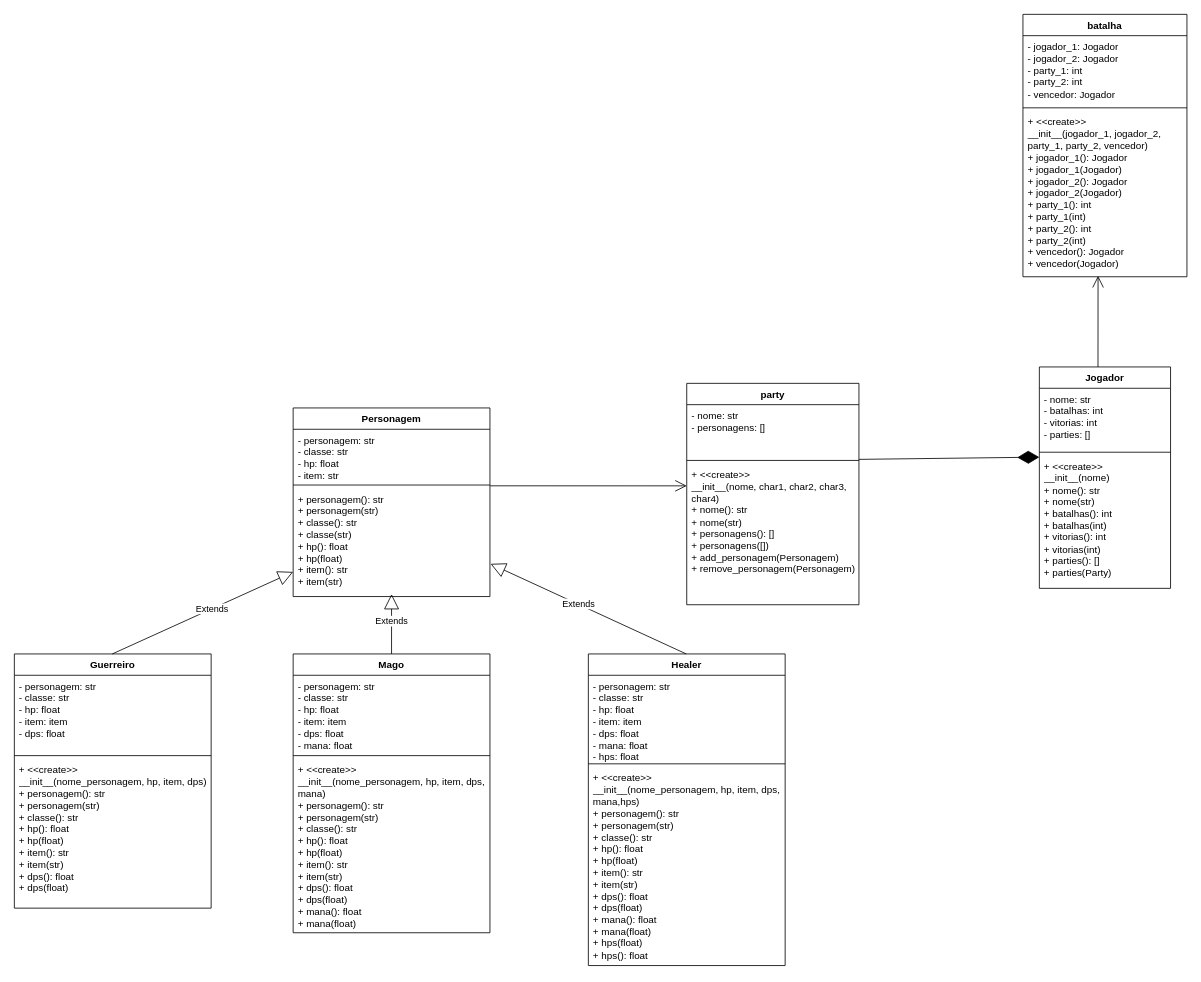
Above: UML_RPG.drawio in Coelho50/DSO_T1 (draw.io), before the change. Source tidied: cells renumbered, new cells numbered last; positions are measured from the earlier drawing's top-left corner, leaving out a move shared by most shapes. Both pictures are drawn from the tidied source at 82%, with x=0, y=0 at pixel (14, 14).
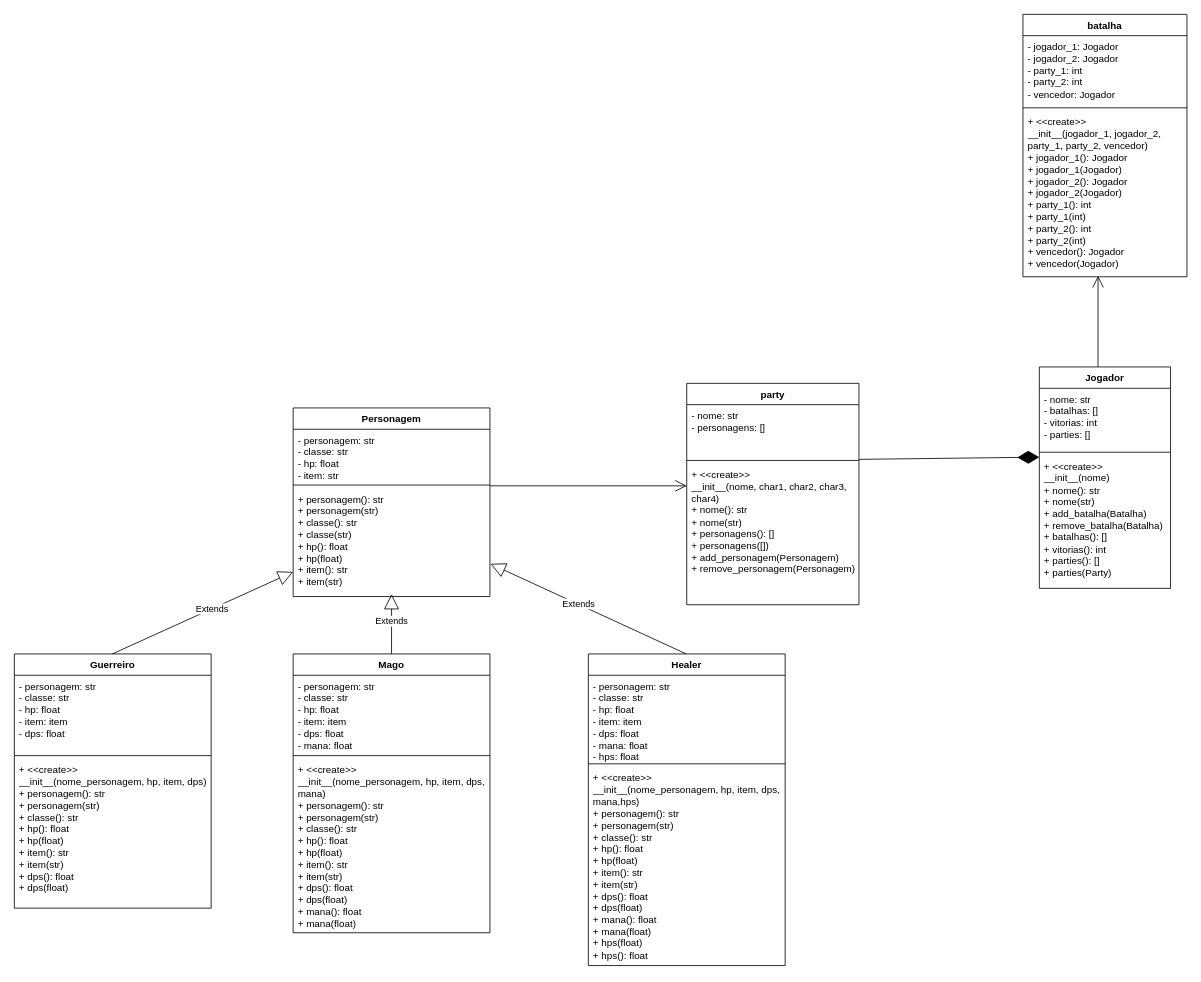
The same page after the edit.

The change refers to these unchanged cells:
```xml
<mxCell id="6" value="Jogador" style="swimlane;fontStyle=1;align=center;verticalAlign=top;horizontal=1;startSize=26;whiteSpace=wrap;html=1;" parent="1" vertex="1">
  <mxGeometry x="1250" y="430" width="160" height="270" as="geometry" />
</mxCell>
```

Change to the diagram source:
```diff
@@
-    <mxCell id="7" value="- nome: str&lt;div&gt;- batalhas: int&lt;/div&gt;&lt;div&gt;- vitorias: int&lt;/div&gt;&lt;div&gt;- parties: []&lt;/div&gt;" style="text;strokeColor=none;fillColor=none;align=left;verticalAlign=top;spacingLeft=4;spacingRight=4;overflow=hidden;whiteSpace=wrap;html=1;" parent="6" vertex="1">
+    <mxCell id="7" value="- nome: str&lt;div&gt;- batalhas: []&lt;/div&gt;&lt;div&gt;- vitorias: int&lt;/div&gt;&lt;div&gt;- parties: []&lt;/div&gt;" style="text;strokeColor=none;fillColor=none;align=left;verticalAlign=top;spacingLeft=4;spacingRight=4;overflow=hidden;whiteSpace=wrap;html=1;" parent="6" vertex="1">
       <mxGeometry y="26" width="160" height="74" as="geometry" />
     </mxCell>
@@
-    <mxCell id="9" value="&lt;div&gt;+ &amp;lt;&amp;lt;create&amp;gt;&amp;gt;&lt;/div&gt;&lt;div&gt;&lt;span style=&quot;background-color: initial;&quot;&gt;__init__(nome)&lt;/span&gt;&lt;/div&gt;&lt;div&gt;+ nome(): str&lt;/div&gt;&lt;div&gt;+ nome(str)&lt;/div&gt;+ batalhas(): int&lt;div&gt;+ batalhas(int)&lt;/div&gt;&lt;div&gt;+ vitorias(): int&lt;br&gt;&lt;/div&gt;&lt;div&gt;+ vitorias(int)&lt;/div&gt;&lt;div&gt;+ parties(): []&lt;/div&gt;&lt;div&gt;+ parties(Party)&lt;/div&gt;&lt;div&gt;&lt;br&gt;&lt;/div&gt;&lt;div&gt;&lt;br&gt;&lt;/div&gt;" style="text;strokeColor=none;fillColor=none;align=left;verticalAlign=top;spacingLeft=4;spacingRight=4;overflow=hidden;whiteSpace=wrap;html=1;" parent="6" vertex="1">
+    <mxCell id="9" value="&lt;div&gt;+ &amp;lt;&amp;lt;create&amp;gt;&amp;gt;&lt;/div&gt;&lt;div&gt;&lt;span style=&quot;background-color: initial;&quot;&gt;__init__(nome)&lt;/span&gt;&lt;/div&gt;&lt;div&gt;+ nome(): str&lt;/div&gt;&lt;div&gt;+ nome(str)&lt;/div&gt;+ add_batalha(Batalha)&lt;div&gt;+ remove_batalha(Batalha)&lt;/div&gt;&lt;div&gt;+ batalhas(): []&lt;/div&gt;&lt;div&gt;+ vitorias(): int&lt;/div&gt;&lt;div&gt;+ parties(): []&lt;/div&gt;&lt;div&gt;+ parties(Party)&lt;/div&gt;&lt;div&gt;&lt;br&gt;&lt;/div&gt;&lt;div&gt;&lt;br&gt;&lt;/div&gt;" style="text;strokeColor=none;fillColor=none;align=left;verticalAlign=top;spacingLeft=4;spacingRight=4;overflow=hidden;whiteSpace=wrap;html=1;" parent="6" vertex="1">
       <mxGeometry y="108" width="160" height="162" as="geometry" />
     </mxCell>
```
